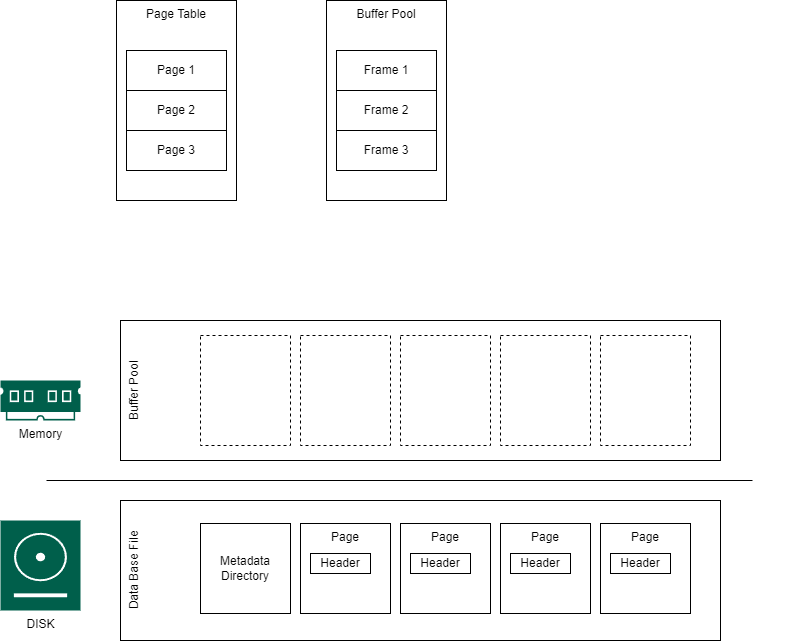
nil-labs/sdb keeps this draw.io diagram as architecture/architecture.png. Above is the earlier version. Source tidied: cells renumbered, new cells last; positions are measured from the earlier drawing's top-left corner, leaving out a move shared by most shapes.
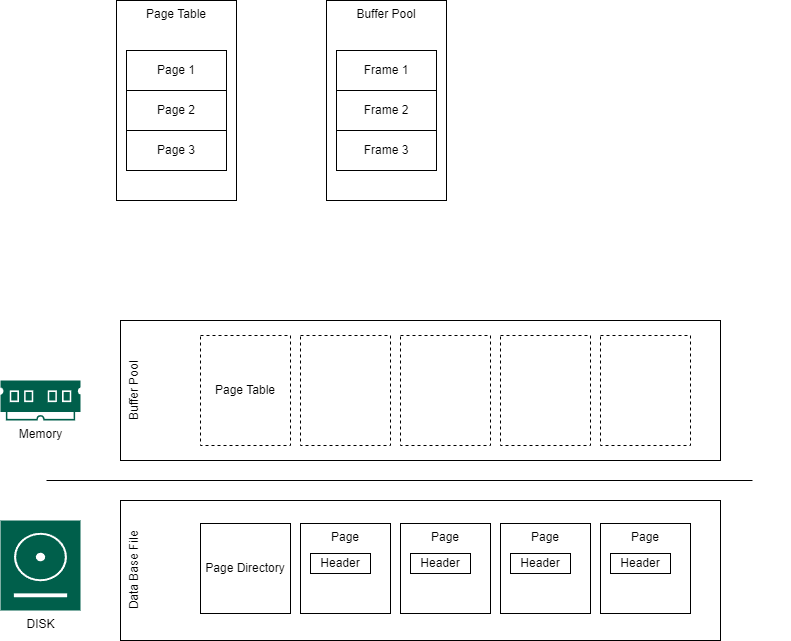
The same diagram one commit later.

What changed in the source:
```diff
@@ -5,7 +5,7 @@
     <mxCell id="2" value="Data Base File" style="rounded=0;whiteSpace=wrap;html=1;horizontal=0;verticalAlign=top;" parent="1" vertex="1">
       <mxGeometry x="120" y="500" width="600" height="140" as="geometry" />
     </mxCell>
-    <mxCell id="3" value="Metadata Directory" style="whiteSpace=wrap;html=1;verticalAlign=middle;" parent="1" vertex="1">
+    <mxCell id="3" value="Page Directory" style="whiteSpace=wrap;html=1;verticalAlign=middle;" parent="1" vertex="1">
       <mxGeometry x="200" y="523" width="90" height="90" as="geometry" />
     </mxCell>
     <mxCell id="4" style="group;" parent="1" vertex="1">
@@ -59,7 +59,7 @@
     <mxCell id="19" value="Buffer Pool" style="rounded=0;whiteSpace=wrap;html=1;horizontal=0;verticalAlign=top;" parent="1" vertex="1">
       <mxGeometry x="120" y="320" width="600" height="140" as="geometry" />
     </mxCell>
-    <mxCell id="20" style="rounded=0;whiteSpace=wrap;html=1;dashed=1;" parent="1" vertex="1">
+    <mxCell id="20" value="Page Table" style="rounded=0;whiteSpace=wrap;html=1;dashed=1;" parent="1" vertex="1">
       <mxGeometry x="200" y="335" width="90" height="110" as="geometry" />
     </mxCell>
     <mxCell id="21" style="rounded=0;whiteSpace=wrap;html=1;dashed=1;" parent="1" vertex="1">
```
